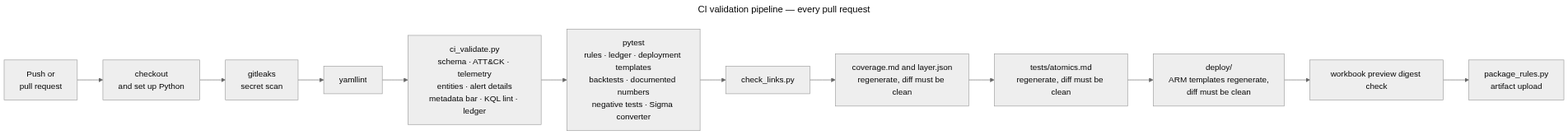
Earlier version of the Mermaid export docs/images/ci-cd/01-validation-pipeline.png (sandeepmothukuri/sentinel-detection-engine). Its source is kept beside it as docs/diagrams/ci-cd/01-validation-pipeline.mmd.
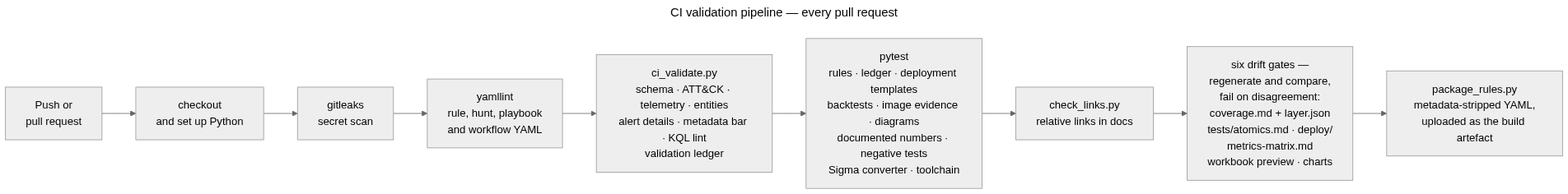
After the change.

What changed in the source:
```diff
@@ -4,12 +4,9 @@
 flowchart LR
   A["Push or<br/>pull request"] --> B["checkout<br/>and set up Python"]
   B --> C["gitleaks<br/>secret scan"]
-  C --> D["yamllint"]
-  D --> E["ci_validate.py<br/>schema · ATT&amp;CK · telemetry<br/>entities · alert details<br/>metadata bar · KQL lint · ledger"]
-  E --> F["pytest<br/>rules · ledger · deployment templates<br/>backtests · documented numbers<br/>negative tests · Sigma converter"]
-  F --> G["check_links.py"]
-  G --> H["coverage.md and layer.json<br/>regenerate, diff must be clean"]
-  H --> I["tests/atomics.md<br/>regenerate, diff must be clean"]
-  I --> K["deploy/<br/>ARM templates regenerate,<br/>diff must be clean"]
-  K --> L["workbook preview digest check"]
-  L --> J["package_rules.py<br/>artifact upload"]
+  C --> D["yamllint<br/>rule, hunt, playbook<br/>and workflow YAML"]
+  D --> E["ci_validate.py<br/>schema · ATT&amp;CK · telemetry · entities<br/>alert details · metadata bar · KQL lint<br/>validation ledger"]
+  E --> F["pytest<br/>rules · ledger · deployment templates<br/>backtests · image evidence · diagrams<br/>documented numbers · negative tests<br/>Sigma converter · toolchain"]
+  F --> G["check_links.py<br/>relative links in docs"]
+  G --> H["six drift gates —<br/>regenerate and compare,<br/>fail on disagreement:<br/>coverage.md + layer.json<br/>tests/atomics.md · deploy/<br/>metrics-matrix.md<br/>workbook preview · charts"]
+  H --> J["package_rules.py<br/>metadata-stripped YAML,<br/>uploaded as the build artefact"]
```
